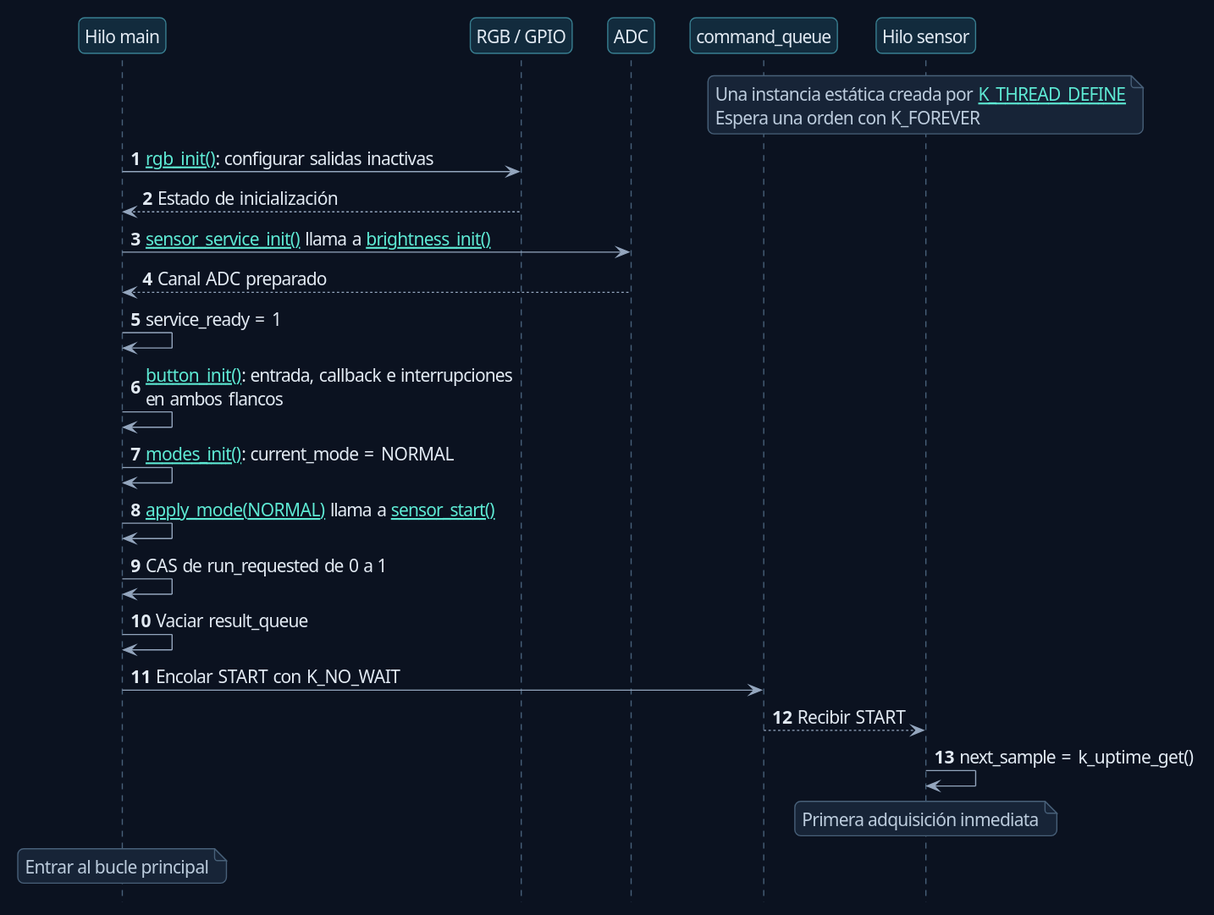
The PlantUML diagram Assessment_1/docs/diagrams/arranque.svg in PabloHernaez/Embedded_Assessments, before a commit. Its source is kept beside it as Assessment_1/docs/diagrams/arranque.puml. Its diagram source:
```plantuml
@startuml arranque
!include theme.puml
hide footbox

autonumber
participant "Hilo main" as M
participant "RGB / GPIO" as RGB
participant "ADC" as ADC
participant "command_queue" as C
participant "Hilo sensor" as S

note over S: Una instancia estática creada por [[https://github.com/PabloHernaez/Embedded_Assessments/blob/master/Assessment_1/src/sensor_thread.c#L113{K_THREAD_DEFINE} K_THREAD_DEFINE]]\nEspera una orden con K_FOREVER
M -> RGB: [[https://github.com/PabloHernaez/Embedded_Assessments/blob/master/Assessment_1/src/rgb_led.c#L26{rgb_init()} rgb_init()]]: configurar salidas inactivas
RGB --> M: Estado de inicialización
M -> ADC: [[https://github.com/PabloHernaez/Embedded_Assessments/blob/master/Assessment_1/src/sensor_thread.c#L116{sensor_service_init()} sensor_service_init()]] llama a [[https://github.com/PabloHernaez/Embedded_Assessments/blob/master/Assessment_1/src/brightness.c#L30{brightness_init()} brightness_init()]]
ADC --> M: Canal ADC preparado
M -> M: service_ready = 1
M -> M: [[https://github.com/PabloHernaez/Embedded_Assessments/blob/master/Assessment_1/src/button.c#L47{button_init()} button_init()]]: entrada, callback e interrupciones\nen ambos flancos
M -> M: [[https://github.com/PabloHernaez/Embedded_Assessments/blob/master/Assessment_1/src/modes.c#L104{modes_init()} modes_init()]]: current_mode = NORMAL
M -> M: [[https://github.com/PabloHernaez/Embedded_Assessments/blob/master/Assessment_1/src/modes.c#L82{apply_mode(NORMAL)} apply_mode(NORMAL)]] llama a [[https://github.com/PabloHernaez/Embedded_Assessments/blob/master/Assessment_1/src/sensor_thread.c#L131{sensor_start()} sensor_start()]]
M -> M: CAS de run_requested de 0 a 1
M -> M: Vaciar result_queue
M -> C: Encolar START con K_NO_WAIT
C --> S: Recibir START
S -> S: next_sample = k_uptime_get()
note over S: Primera adquisición inmediata
note over M: Entrar al bucle principal
@enduml
```
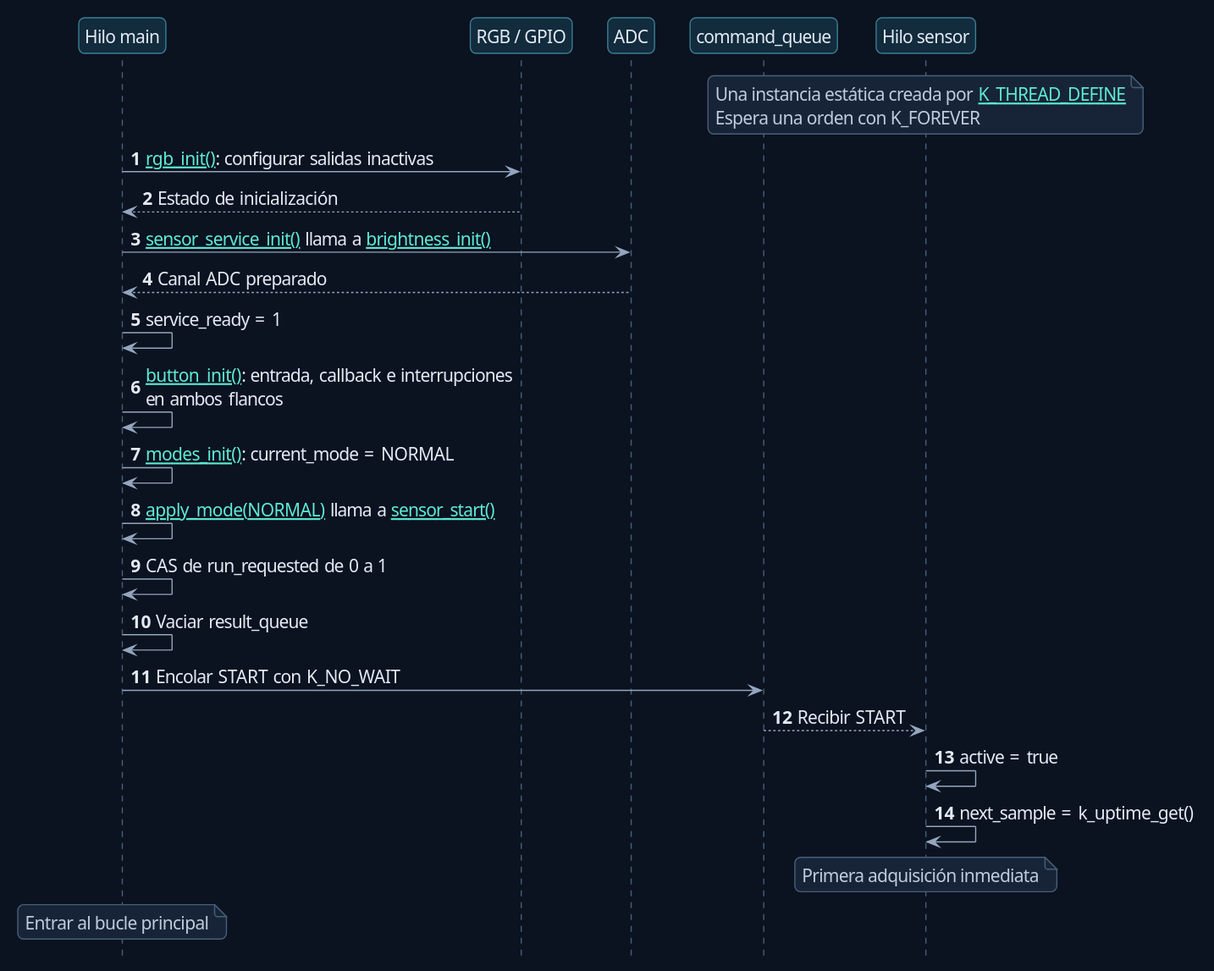
Above is the later version.

Change to the diagram source:
```diff
@@ -9,19 +9,20 @@
 participant "command_queue" as C
 participant "Hilo sensor" as S
 
-note over S: Una instancia estática creada por [[https://github.com/PabloHernaez/Embedded_Assessments/blob/master/Assessment_1/src/sensor_thread.c#L113{K_THREAD_DEFINE} K_THREAD_DEFINE]]\nEspera una orden con K_FOREVER
+note over S: Una instancia estática creada por [[https://github.com/PabloHernaez/Embedded_Assessments/blob/master/Assessment_1/src/sensor_thread.c#L108{K_THREAD_DEFINE} K_THREAD_DEFINE]]\nEspera una orden con K_FOREVER
 M -> RGB: [[https://github.com/PabloHernaez/Embedded_Assessments/blob/master/Assessment_1/src/rgb_led.c#L26{rgb_init()} rgb_init()]]: configurar salidas inactivas
 RGB --> M: Estado de inicialización
-M -> ADC: [[https://github.com/PabloHernaez/Embedded_Assessments/blob/master/Assessment_1/src/sensor_thread.c#L116{sensor_service_init()} sensor_service_init()]] llama a [[https://github.com/PabloHernaez/Embedded_Assessments/blob/master/Assessment_1/src/brightness.c#L30{brightness_init()} brightness_init()]]
+M -> ADC: [[https://github.com/PabloHernaez/Embedded_Assessments/blob/master/Assessment_1/src/sensor_thread.c#L111{sensor_service_init()} sensor_service_init()]] llama a [[https://github.com/PabloHernaez/Embedded_Assessments/blob/master/Assessment_1/src/brightness.c#L30{brightness_init()} brightness_init()]]
 ADC --> M: Canal ADC preparado
 M -> M: service_ready = 1
 M -> M: [[https://github.com/PabloHernaez/Embedded_Assessments/blob/master/Assessment_1/src/button.c#L47{button_init()} button_init()]]: entrada, callback e interrupciones\nen ambos flancos
 M -> M: [[https://github.com/PabloHernaez/Embedded_Assessments/blob/master/Assessment_1/src/modes.c#L104{modes_init()} modes_init()]]: current_mode = NORMAL
-M -> M: [[https://github.com/PabloHernaez/Embedded_Assessments/blob/master/Assessment_1/src/modes.c#L82{apply_mode(NORMAL)} apply_mode(NORMAL)]] llama a [[https://github.com/PabloHernaez/Embedded_Assessments/blob/master/Assessment_1/src/sensor_thread.c#L131{sensor_start()} sensor_start()]]
+M -> M: [[https://github.com/PabloHernaez/Embedded_Assessments/blob/master/Assessment_1/src/modes.c#L82{apply_mode(NORMAL)} apply_mode(NORMAL)]] llama a [[https://github.com/PabloHernaez/Embedded_Assessments/blob/master/Assessment_1/src/sensor_thread.c#L126{sensor_start()} sensor_start()]]
 M -> M: CAS de run_requested de 0 a 1
 M -> M: Vaciar result_queue
 M -> C: Encolar START con K_NO_WAIT
 C --> S: Recibir START
+S -> S: active = true
 S -> S: next_sample = k_uptime_get()
 note over S: Primera adquisición inmediata
 note over M: Entrar al bucle principal
```
